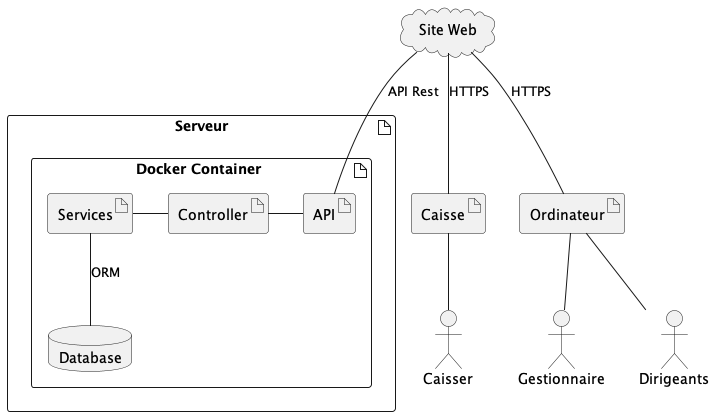
ErwanDerrien/GestionnaireMagasin keeps this PlantUML diagram as out/docs_lab2/UML/DeploymentView/Deployment View.png. Above is the earlier version. Source of this version:
```plantuml
@startuml Deployment View
actor Caisser as car
actor Gestionnaire as ge
actor Dirigeants as di


cloud "Site Web" as sw

artifact Caisse as ca
artifact Ordinateur as or

artifact Serveur {
    artifact "Docker Container " {
        artifact API as api
        artifact Controller as co
        artifact Services as se
        database Database as db
    }
}

co - api
se - co
se -- db : "ORM"

sw -- api : "API Rest"

sw -- or : "HTTPS"
sw -- ca : "HTTPS"

ca -- car
or -- ge
or -- di

@enduml
```
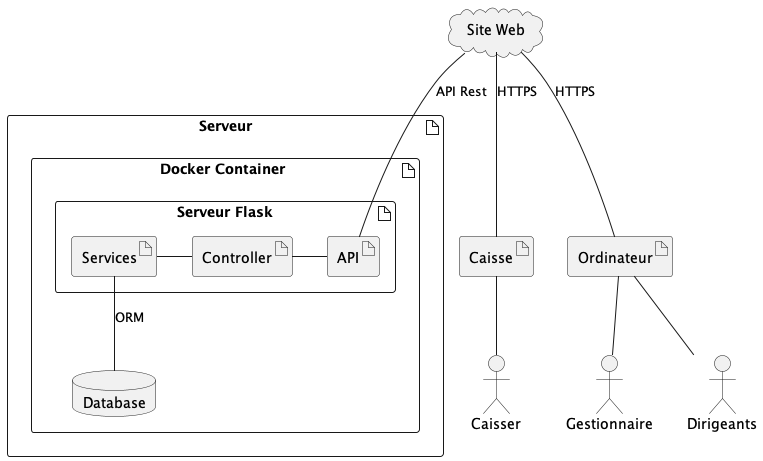
After the commit.

Diff of the diagram source:
```diff
@@ -11,9 +11,11 @@
 
 artifact Serveur {
     artifact "Docker Container " {
-        artifact API as api
-        artifact Controller as co
-        artifact Services as se
+        artifact "Serveur Flask" {
+            artifact API as api
+            artifact Controller as co
+            artifact Services as se
+        }
         database Database as db
     }
 }
```
